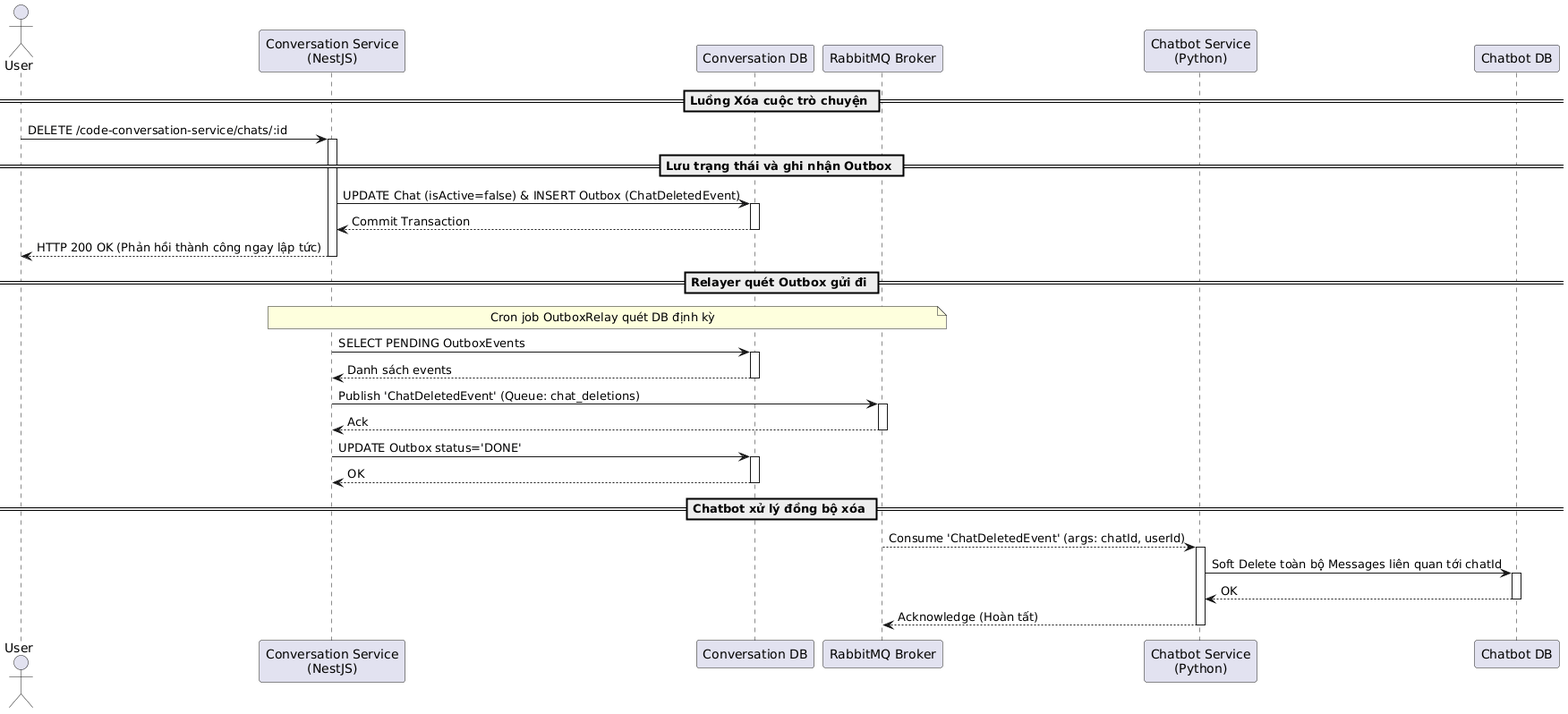
Above: temp/05-sequence/UML-Sequence-18.png in 20206205Tech/docs-uml (PlantUML), before the change.
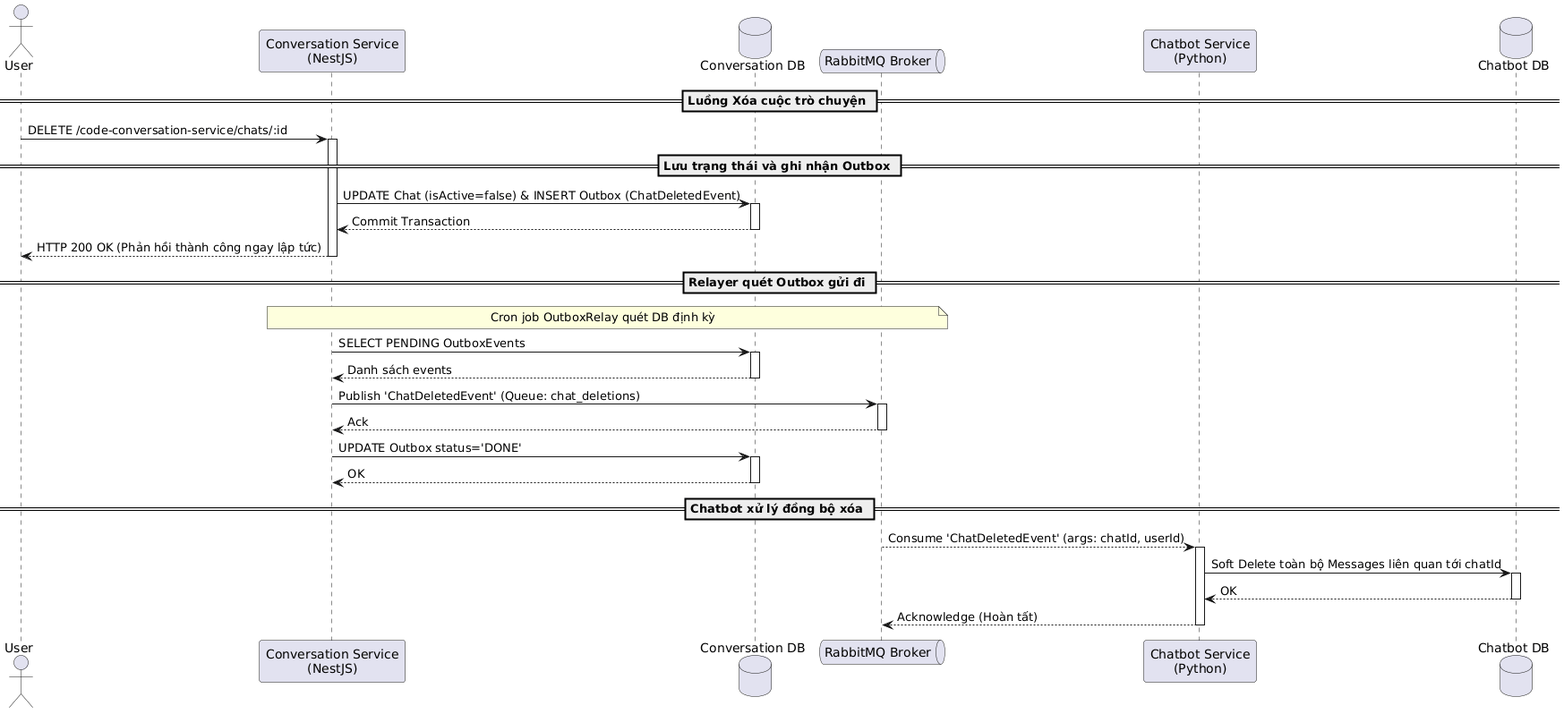
Later version of the same file.

Diff of the diagram source:
```diff
@@ -1,10 +1,10 @@
 @startuml
 actor User as User
 participant "Conversation Service\n(NestJS)" as Conv
-participant "Conversation DB" as ConvDB
-participant "RabbitMQ Broker" as RabbitMQ
+database "Conversation DB" as ConvDB
+queue "RabbitMQ Broker" as RabbitMQ
 participant "Chatbot Service\n(Python)" as Chatbot
-participant "Chatbot DB" as ChatbotDB
+database "Chatbot DB" as ChatbotDB
 
 == Luồng Xóa cuộc trò chuyện ==
 User -> Conv: DELETE /code-conversation-service/chats/:id
```
